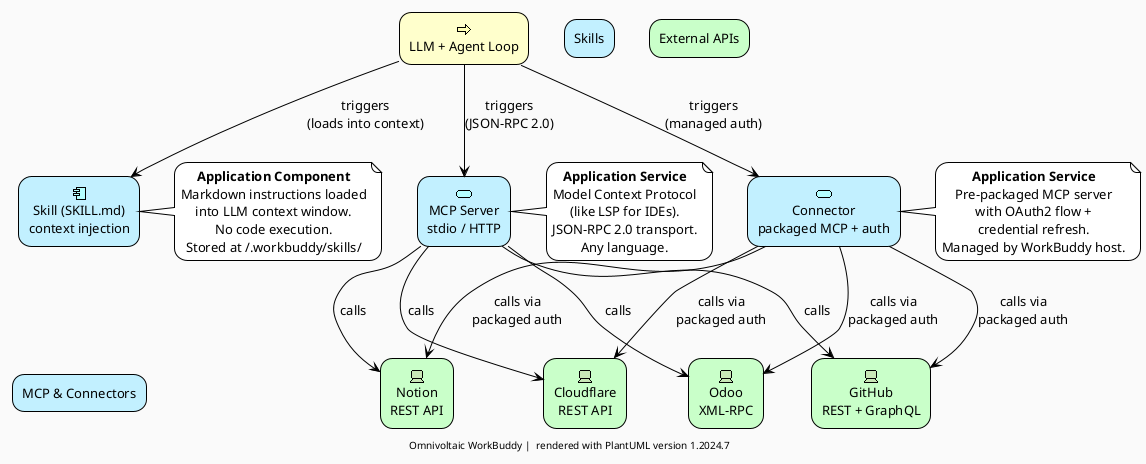
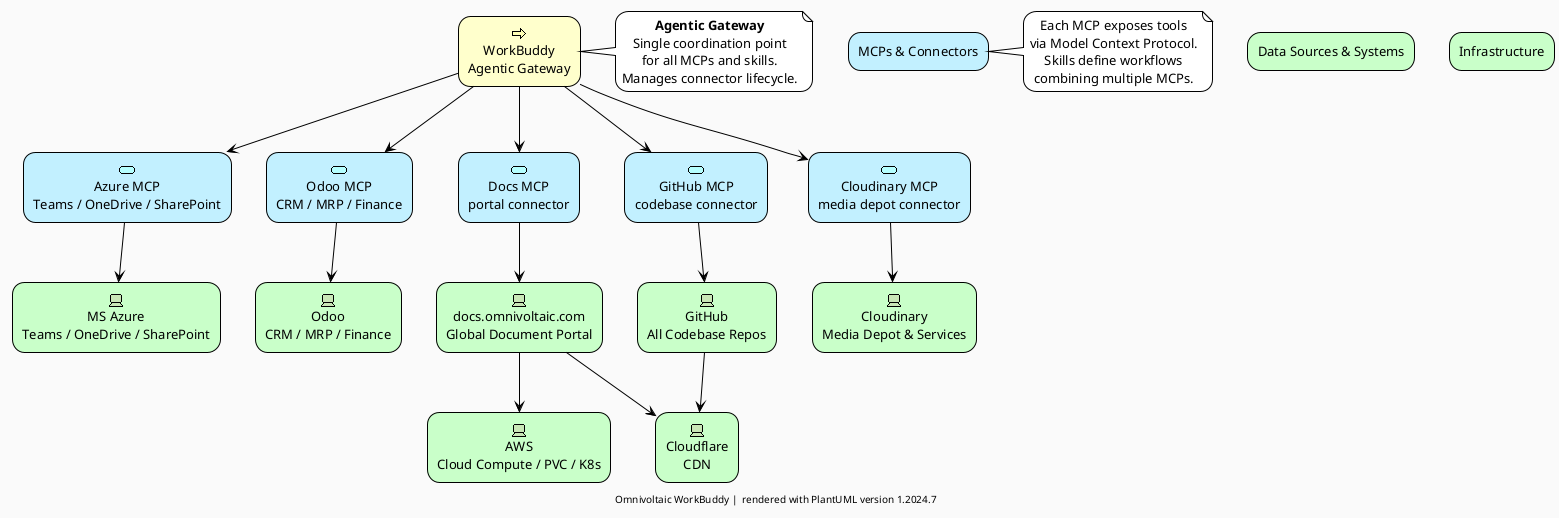
- @startuml WorkBuddy Extension Architecture (ArchiMate)
+ @startuml OVES WorkBuddy Architecture

' ===== STYLING =====
!theme plain
skinparam backgroundColor #FAFAFA
skinparam defaultFontName "Segoe UI"
skinparam defaultFontSize 13
skinparam shadowing false
skinparam roundcorner 25
skinparam defaultTextAlignment center

- ' ===== BUSINESS LAYER =====
- rectangle "LLM + Agent Loop" as LLM <<$archimate/business-process>> #Business
+ ' ===== LAYER: AGENTIC GATEWAY =====
+ rectangle "WorkBuddy\nAgentic Gateway" as WB <<$archimate/business-process>> #Business

- ' ===== APPLICATION LAYER =====
- rectangle "Skill (SKILL.md)\ncontext injection" as SkillMd <<$archimate/application-component>> #Application
- rectangle "MCP Server\nstdio / HTTP" as McpServer <<$archimate/application-service>> #Application
- rectangle "Connector\npackaged MCP + auth" as Connector <<$archimate/application-service>> #Application
+ ' ===== LAYER: MCPs & CONNECTORS =====
+ rectangle "Azure MCP\nTeams / OneDrive / SharePoint" as AzureMCP <<$archimate/application-service>> #Application
+ rectangle "Odoo MCP\nCRM / MRP / Finance" as OdooMCP <<$archimate/application-service>> #Application
+ rectangle "Docs MCP\nportal connector" as DocsMCP <<$archimate/application-service>> #Application
+ rectangle "GitHub MCP\ncodebase connector" as GitHubMCP <<$archimate/application-service>> #Application
+ rectangle "Cloudinary MCP\nmedia depot connector" as CloudinaryMCP <<$archimate/application-service>> #Application

- ' ===== TECHNOLOGY LAYER =====
- rectangle "GitHub\nREST + GraphQL" as GitHub <<$archimate/technology-device>> #Technology
- rectangle "Notion\nREST API" as Notion <<$archimate/technology-device>> #Technology
- rectangle "Odoo\nXML-RPC" as Odoo <<$archimate/technology-device>> #Technology
- rectangle "Cloudflare\nREST API" as CF <<$archimate/technology-device>> #Technology
+ ' ===== LAYER: DATA SOURCES =====
+ rectangle "MS Azure\nTeams / OneDrive / SharePoint" as Azure <<$archimate/technology-device>> #Technology
+ rectangle "Odoo\nCRM / MRP / Finance" as Odoo <<$archimate/technology-device>> #Technology
+ rectangle "docs.omnivoltaic.com\nGlobal Document Portal" as Docs <<$archimate/technology-device>> #Technology
+ rectangle "GitHub\nAll Codebase Repos" as GitHub <<$archimate/technology-device>> #Technology
+ rectangle "Cloudinary\nMedia Depot & Services" as Cloudinary <<$archimate/technology-device>> #Technology

- ' ===== LAYER GROUPINGS =====
- rectangle "Skills" as SkillsGroup #Application
- rectangle "MCP & Connectors" as MCPGroup #Application
- rectangle "External APIs" as APIsGroup #Technology
+ ' ===== LAYER: INFRASTRUCTURE =====
+ rectangle "AWS\nCloud Compute / PVC / K8s" as AWS <<$archimate/technology-device>> #Technology
+ rectangle "Cloudflare\nCDN" as CF <<$archimate/technology-device>> #Technology

- SkillMd -[hidden]right-> McpServer
- McpServer -[hidden]right-> Connector
+ ' ===== GROUPINGS =====
+ rectangle "MCPs & Connectors" as MCPGroup #Application
+ rectangle "Data Sources & Systems" as DataGroup #Technology
+ rectangle "Infrastructure" as InfraGroup #Technology

- ' ===== STRUCTURAL RELATIONSHIPS =====
- LLM -down-> SkillMd : triggers\n(loads into context)
- LLM -down-> McpServer : triggers\n(JSON-RPC 2.0)
- LLM -down-> Connector : triggers\n(managed auth)
+ ' ===== RELATIONSHIPS: WB → MCPs =====
+ WB -down-> AzureMCP
+ WB -down-> OdooMCP
+ WB -down-> DocsMCP
+ WB -down-> GitHubMCP
+ WB -down-> CloudinaryMCP

- SkillMd -[hidden]down-> MCPGroup
+ ' ===== RELATIONSHIPS: MCPs → Data Sources =====
+ AzureMCP -down-> Azure
+ OdooMCP -down-> Odoo
+ DocsMCP -down-> Docs
+ GitHubMCP -down-> GitHub
+ CloudinaryMCP -down-> Cloudinary

- McpServer -down-> GitHub : calls
- McpServer -down-> Notion : calls
- McpServer -down-> Odoo : calls
- McpServer -down-> CF : calls
- 
- Connector -down-> GitHub : calls via\npackaged auth
- Connector -down-> Notion : calls via\npackaged auth
- Connector -down-> Odoo : calls via\npackaged auth
- Connector -down-> CF : calls via\npackaged auth
+ ' ===== RELATIONSHIPS: Data Sources → Infrastructure =====
+ Docs -down-> AWS
+ Docs -down-> CF
+ GitHub -down-> CF

' ===== ANNOTATIONS =====
- note right of SkillMd
-   **Application Component**
-   Markdown instructions loaded
-   into LLM context window.
-   No code execution.
-   Stored at ~/.workbuddy/skills/
+ note right of WB
+   **Agentic Gateway**
+   Single coordination point
+   for all MCPs and skills.
+   Manages connector lifecycle.
end note

- note right of McpServer
-   **Application Service**
-   Model Context Protocol
-   (like LSP for IDEs).
-   JSON-RPC 2.0 transport.
-   Any language.
- end note
- 
- note right of Connector
-   **Application Service**
-   Pre-packaged MCP server
-   with OAuth2 flow +
-   credential refresh.
-   Managed by WorkBuddy host.
+ note right of MCPGroup
+   Each MCP exposes tools
+   via Model Context Protocol.
+   Skills define workflows
+   combining multiple MCPs.
end note

footer Omnivoltaic WorkBuddy | %filename() rendered with PlantUML version %version()

@enduml
